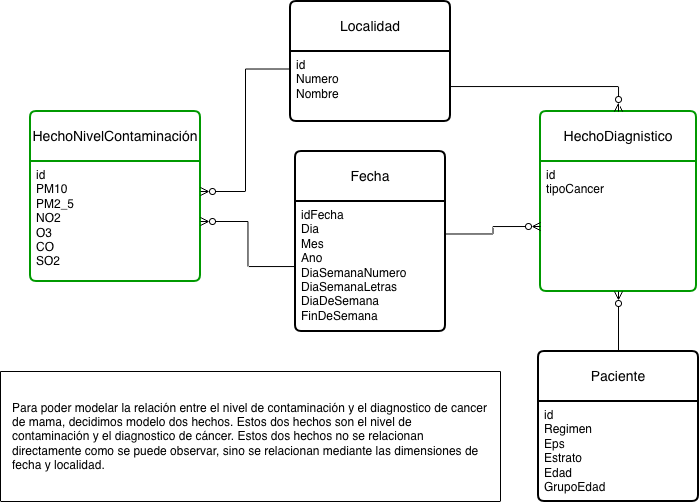
The draw.io diagram Proyecto2PrimerModelo.drawio.png in CamiloC21/DiagramasIN, before a commit. Source tidied: cells renumbered, new cells last; positions are measured from the earlier drawing's top-left corner, leaving out a move shared by most shapes.
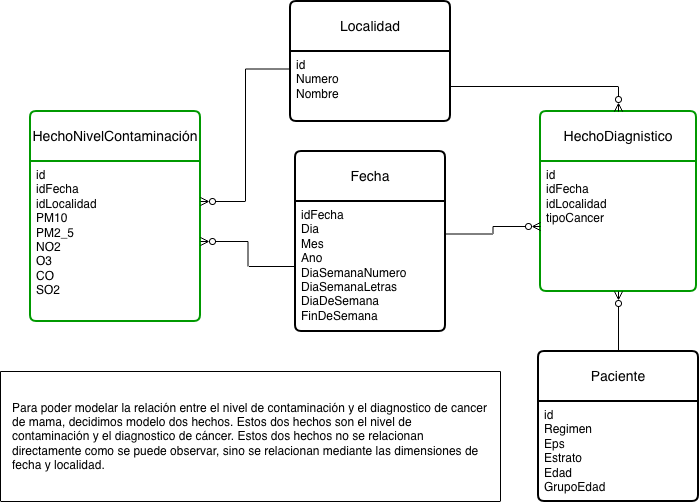
Above is the later version.

The edit, as a diff of the source:
```diff
@@ -17,7 +17,7 @@
     <mxCell id="6" value="HechoDiagnistico" style="swimlane;horizontal=1;startSize=50;rounded=1;fontSize=14;fontStyle=0;strokeWidth=2;shadow=0;dashed=0;align=center;arcSize=4;whiteSpace=wrap;html=1;strokeColor=#009900;" parent="1" vertex="1">
       <mxGeometry x="540" y="110" width="156" height="180" as="geometry" />
     </mxCell>
-    <mxCell id="7" value="id&lt;div&gt;tipoCancer&lt;/div&gt;&lt;div&gt;&lt;br&gt;&lt;/div&gt;" style="align=left;strokeColor=none;fillColor=none;spacingLeft=4;spacingRight=4;fontSize=12;verticalAlign=top;html=1;whiteSpace=wrap;" parent="6" vertex="1">
+    <mxCell id="7" value="id&lt;div&gt;&lt;div&gt;idFecha&lt;/div&gt;&lt;div&gt;idLocalidad&lt;/div&gt;&lt;div&gt;tipoCancer&lt;/div&gt;&lt;div&gt;&lt;br&gt;&lt;/div&gt;&lt;/div&gt;" style="align=left;strokeColor=none;fillColor=none;spacingLeft=4;spacingRight=4;fontSize=12;verticalAlign=top;html=1;whiteSpace=wrap;" parent="6" vertex="1">
       <mxGeometry y="50" width="156" height="130" as="geometry" />
     </mxCell>
     <mxCell id="8" style="edgeStyle=orthogonalEdgeStyle;rounded=0;jettySize=auto;html=1;entryX=0.5;entryY=1;entryDx=0;entryDy=0;endArrow=ERzeroToMany;endFill=0;" parent="1" edge="1" source="9" target="7">
@@ -30,10 +30,10 @@
       <mxGeometry y="50" width="160" height="100" as="geometry" />
     </mxCell>
     <mxCell id="11" value="HechoNivelContaminación" style="swimlane;horizontal=1;startSize=50;rounded=1;fontSize=14;fontStyle=0;strokeWidth=2;shadow=0;dashed=0;align=center;arcSize=4;whiteSpace=wrap;html=1;strokeColor=#009900;" parent="1" vertex="1">
-      <mxGeometry x="30" y="110" width="170" height="170" as="geometry" />
+      <mxGeometry x="30" y="110" width="170" height="210" as="geometry" />
     </mxCell>
-    <mxCell id="12" value="id&lt;div&gt;&lt;div&gt;PM10&lt;/div&gt;&lt;div&gt;PM2_5&lt;/div&gt;&lt;div&gt;NO2&lt;/div&gt;&lt;div&gt;O3&lt;/div&gt;&lt;div&gt;CO&lt;/div&gt;&lt;div&gt;SO2&lt;/div&gt;&lt;/div&gt;" style="align=left;strokeColor=none;fillColor=none;spacingLeft=4;spacingRight=4;fontSize=12;verticalAlign=top;html=1;whiteSpace=wrap;" parent="11" vertex="1">
-      <mxGeometry y="50" width="170" height="120" as="geometry" />
+    <mxCell id="12" value="id&lt;div&gt;idFecha&lt;/div&gt;&lt;div&gt;idLocalidad&lt;br&gt;&lt;div&gt;&lt;div&gt;PM10&lt;/div&gt;&lt;div&gt;PM2_5&lt;/div&gt;&lt;div&gt;NO2&lt;/div&gt;&lt;div&gt;O3&lt;/div&gt;&lt;div&gt;CO&lt;/div&gt;&lt;div&gt;SO2&lt;/div&gt;&lt;/div&gt;&lt;/div&gt;" style="align=left;strokeColor=none;fillColor=none;spacingLeft=4;spacingRight=4;fontSize=12;verticalAlign=top;html=1;whiteSpace=wrap;" parent="11" vertex="1">
+      <mxGeometry y="50" width="170" height="160" as="geometry" />
     </mxCell>
     <mxCell id="13" style="edgeStyle=orthogonalEdgeStyle;rounded=0;jettySize=auto;html=1;entryX=0.5;entryY=0;entryDx=0;entryDy=0;endArrow=ERzeroToMany;endFill=0;" parent="1" edge="1" source="5" target="6">
       <mxGeometry relative="1" as="geometry" />
```
